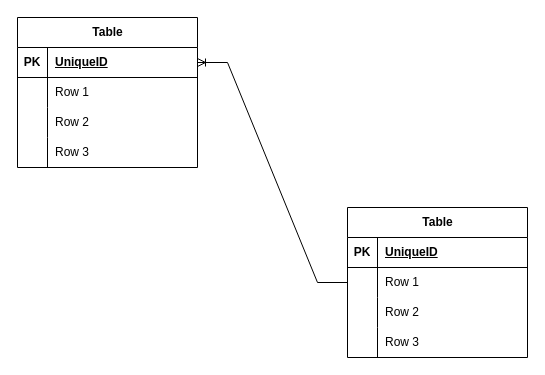
Above: DatabaseSchema.drawio in shawsterv/-Reloading-Notebook (draw.io), before the change. Source tidied: cells renumbered, new cells numbered last; positions are measured from the earlier drawing's top-left corner, leaving out a move shared by most shapes. Both pictures are drawn from the tidied source at 100%, with x=0, y=0 at pixel (17, 17).
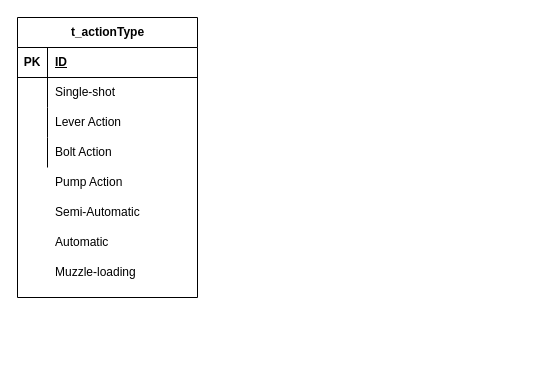
The same diagram, later.

Unchanged cells that the change refers to:
```xml
<mxCell id="3" style="shape=tableRow;horizontal=0;startSize=0;swimlaneHead=0;swimlaneBody=0;fillColor=none;points=[[0,0.5],[1,0.5]];portConstraint=eastwest;top=0;left=0;right=0;bottom=1;" parent="2" vertex="1">
  <mxGeometry y="30" width="180" height="30" as="geometry" />
</mxCell>
<mxCell id="6" style="shape=tableRow;horizontal=0;startSize=0;swimlaneHead=0;swimlaneBody=0;fillColor=none;top=0;left=0;right=0;bottom=0;" parent="2" vertex="1">
  <mxGeometry y="60" width="180" height="30" as="geometry" />
</mxCell>
<mxCell id="9" style="shape=tableRow;horizontal=0;startSize=0;swimlaneHead=0;swimlaneBody=0;fillColor=none;top=0;left=0;right=0;bottom=0;" parent="2" vertex="1">
  <mxGeometry y="90" width="180" height="30" as="geometry" />
</mxCell>
<mxCell id="12" style="shape=tableRow;horizontal=0;startSize=0;swimlaneHead=0;swimlaneBody=0;fillColor=none;top=0;left=0;right=0;bottom=0;" parent="2" vertex="1">
  <mxGeometry y="120" width="180" height="30" as="geometry" />
</mxCell>
```

The edit, as a diff of the source:
```diff
@@
-    <mxCell id="2" value="Table" style="shape=table;startSize=30;childLayout=tableLayout;rowLines=0;fontStyle=1;align=center;html=1;" parent="1" vertex="1">
-      <mxGeometry width="180" height="150" as="geometry" />
+    <mxCell id="2" value="t_actionType" style="shape=table;startSize=30;childLayout=tableLayout;rowLines=0;fontStyle=1;align=center;html=1;" parent="1" vertex="1">
+      <mxGeometry width="180" height="280" as="geometry" />
     </mxCell>
@@
-    <mxCell id="5" value="UniqueID" style="shape=partialRectangle;fillColor=none;top=0;left=0;bottom=0;right=0;align=left;spacingLeft=6;fontStyle=5;overflow=hidden;whiteSpace=wrap;html=1;" parent="3" vertex="1">
+    <mxCell id="5" value="ID" style="shape=partialRectangle;fillColor=none;top=0;left=0;bottom=0;right=0;align=left;spacingLeft=6;fontStyle=5;overflow=hidden;whiteSpace=wrap;html=1;" parent="3" vertex="1">
       <mxGeometry x="30" width="150" height="30" as="geometry" />
     </mxCell>
@@
-    <mxCell id="8" value="Row 1" style="shape=partialRectangle;fillColor=none;top=0;left=0;bottom=0;right=0;align=left;spacingLeft=6;overflow=hidden;whiteSpace=wrap;html=1;" parent="6" vertex="1">
+    <mxCell id="8" value="Single-shot" style="shape=partialRectangle;fillColor=none;top=0;left=0;bottom=0;right=0;align=left;spacingLeft=6;overflow=hidden;whiteSpace=wrap;html=1;" parent="6" vertex="1">
       <mxGeometry x="30" width="150" height="30" as="geometry" />
     </mxCell>
@@
-    <mxCell id="11" value="Row 2" style="shape=partialRectangle;fillColor=none;top=0;left=0;bottom=0;right=0;align=left;spacingLeft=6;overflow=hidden;whiteSpace=wrap;html=1;" parent="9" vertex="1">
+    <mxCell id="11" value="Lever Action" style="shape=partialRectangle;fillColor=none;top=0;left=0;bottom=0;right=0;align=left;spacingLeft=6;overflow=hidden;whiteSpace=wrap;html=1;" parent="9" vertex="1">
       <mxGeometry x="30" width="150" height="30" as="geometry" />
     </mxCell>
@@
-    <mxCell id="14" value="Row 3" style="shape=partialRectangle;fillColor=none;top=0;left=0;bottom=0;right=0;align=left;spacingLeft=6;overflow=hidden;whiteSpace=wrap;html=1;" parent="12" vertex="1">
+    <mxCell id="14" value="&lt;div&gt;Bolt Action&lt;/div&gt;" style="shape=partialRectangle;fillColor=none;top=0;left=0;bottom=0;right=0;align=left;spacingLeft=6;overflow=hidden;whiteSpace=wrap;html=1;" parent="12" vertex="1">
       <mxGeometry x="30" width="150" height="30" as="geometry" />
     </mxCell>
-    <mxCell id="15" value="Table" style="shape=table;startSize=30;childLayout=tableLayout;rowLines=0;fontStyle=1;align=center;html=1;" parent="1" vertex="1">
-      <mxGeometry x="330" y="190" width="180" height="150" as="geometry" />
-    </mxCell>
-    <mxCell id="16" style="shape=tableRow;horizontal=0;startSize=0;swimlaneHead=0;swimlaneBody=0;fillColor=none;top=0;left=0;right=0;bottom=1;" parent="15" vertex="1">
-      <mxGeometry y="30" width="180" height="30" as="geometry" />
-    </mxCell>
-    <mxCell id="17" value="PK" style="shape=partialRectangle;fillColor=none;top=0;left=0;bottom=0;right=0;fontStyle=1;overflow=hidden;whiteSpace=wrap;html=1;" parent="16" vertex="1">
-      <mxGeometry width="30" height="30" as="geometry" />
-    </mxCell>
-    <mxCell id="18" value="UniqueID" style="shape=partialRectangle;fillColor=none;top=0;left=0;bottom=0;right=0;align=left;spacingLeft=6;fontStyle=5;overflow=hidden;whiteSpace=wrap;html=1;" parent="16" vertex="1">
-      <mxGeometry x="30" width="150" height="30" as="geometry" />
-    </mxCell>
-    <mxCell id="19" style="shape=tableRow;horizontal=0;startSize=0;swimlaneHead=0;swimlaneBody=0;fillColor=none;points=[[0,0.5],[1,0.5]];portConstraint=eastwest;top=0;left=0;right=0;bottom=0;" parent="15" vertex="1">
-      <mxGeometry y="60" width="180" height="30" as="geometry" />
-    </mxCell>
-    <mxCell id="20" style="shape=partialRectangle;fillColor=none;top=0;left=0;bottom=0;right=0;overflow=hidden;whiteSpace=wrap;html=1;" parent="19" vertex="1">
-      <mxGeometry width="30" height="30" as="geometry" />
-    </mxCell>
-    <mxCell id="21" value="Row 1" style="shape=partialRectangle;fillColor=none;top=0;left=0;bottom=0;right=0;align=left;spacingLeft=6;overflow=hidden;whiteSpace=wrap;html=1;" parent="19" vertex="1">
-      <mxGeometry x="30" width="150" height="30" as="geometry" />
-    </mxCell>
-    <mxCell id="22" style="shape=tableRow;horizontal=0;startSize=0;swimlaneHead=0;swimlaneBody=0;fillColor=none;top=0;left=0;right=0;bottom=0;" parent="15" vertex="1">
-      <mxGeometry y="90" width="180" height="30" as="geometry" />
-    </mxCell>
-    <mxCell id="23" style="shape=partialRectangle;fillColor=none;top=0;left=0;bottom=0;right=0;overflow=hidden;whiteSpace=wrap;html=1;" parent="22" vertex="1">
-      <mxGeometry width="30" height="30" as="geometry" />
-    </mxCell>
-    <mxCell id="24" value="Row 2" style="shape=partialRectangle;fillColor=none;top=0;left=0;bottom=0;right=0;align=left;spacingLeft=6;overflow=hidden;whiteSpace=wrap;html=1;" parent="22" vertex="1">
-      <mxGeometry x="30" width="150" height="30" as="geometry" />
-    </mxCell>
-    <mxCell id="25" style="shape=tableRow;horizontal=0;startSize=0;swimlaneHead=0;swimlaneBody=0;fillColor=none;top=0;left=0;right=0;bottom=0;" parent="15" vertex="1">
-      <mxGeometry y="120" width="180" height="30" as="geometry" />
-    </mxCell>
-    <mxCell id="26" style="shape=partialRectangle;fillColor=none;top=0;left=0;bottom=0;right=0;overflow=hidden;whiteSpace=wrap;html=1;" parent="25" vertex="1">
-      <mxGeometry width="30" height="30" as="geometry" />
-    </mxCell>
-    <mxCell id="27" value="Row 3" style="shape=partialRectangle;fillColor=none;top=0;left=0;bottom=0;right=0;align=left;spacingLeft=6;overflow=hidden;whiteSpace=wrap;html=1;" parent="25" vertex="1">
-      <mxGeometry x="30" width="150" height="30" as="geometry" />
-    </mxCell>
-    <mxCell id="28" style="edgeStyle=entityRelationEdgeStyle;fontSize=12;html=1;endArrow=ERoneToMany;rounded=0;exitX=0;exitY=0.5;exitDx=0;exitDy=0;" parent="1" edge="1" source="19" target="3">
-      <mxGeometry relative="1" as="geometry">
-        <Array as="points">
-          <mxPoint x="80" y="130" />
-          <mxPoint x="210" y="140" />
-          <mxPoint x="80" y="140" />
-          <mxPoint x="40" y="130" />
-        </Array>
-      </mxGeometry>
-    </mxCell>
+    <mxCell id="29" value="Pump Action" style="shape=partialRectangle;fillColor=none;top=0;left=0;bottom=0;right=0;align=left;spacingLeft=6;overflow=hidden;whiteSpace=wrap;html=1;" parent="1" vertex="1">
+      <mxGeometry x="30" y="150" width="150" height="30" as="geometry" />
+    </mxCell>
+    <mxCell id="30" value="Semi-Automatic" style="shape=partialRectangle;fillColor=none;top=0;left=0;bottom=0;right=0;align=left;spacingLeft=6;overflow=hidden;whiteSpace=wrap;html=1;" parent="1" vertex="1">
+      <mxGeometry x="30" y="180" width="150" height="30" as="geometry" />
+    </mxCell>
+    <mxCell id="31" value="Automatic" style="shape=partialRectangle;fillColor=none;top=0;left=0;bottom=0;right=0;align=left;spacingLeft=6;overflow=hidden;whiteSpace=wrap;html=1;" parent="1" vertex="1">
+      <mxGeometry x="30" y="210" width="150" height="30" as="geometry" />
+    </mxCell>
+    <mxCell id="32" value="Muzzle-loading" style="shape=partialRectangle;fillColor=none;top=0;left=0;bottom=0;right=0;align=left;spacingLeft=6;overflow=hidden;whiteSpace=wrap;html=1;" parent="1" vertex="1">
+      <mxGeometry x="30" y="240" width="150" height="30" as="geometry" />
+    </mxCell>
```
